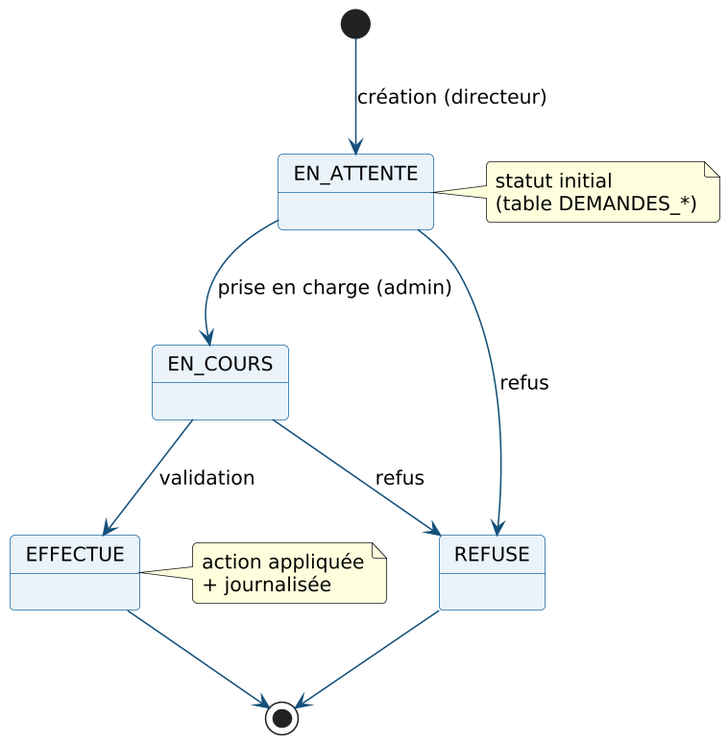
ZizouX0/oussema_korbosli keeps this PlantUML diagram as rapport-latex/diagrams/state_demande.png. Above is the earlier version. Source of this version:
```plantuml
@startuml

skinparam dpi 150
skinparam shadowing false
skinparam DefaultFontName Arial
skinparam DefaultFontSize 13
skinparam ArrowColor #14507A
skinparam roundCorner 6

skinparam state {
  BackgroundColor #EAF3FA
  BorderColor #1B6CA8
}
[*] --> EN_ATTENTE : création (directeur)
EN_ATTENTE --> EN_COURS : prise en charge (admin)
EN_ATTENTE --> REFUSE : refus
EN_COURS --> EFFECTUE : validation
EN_COURS --> REFUSE : refus
EFFECTUE --> [*]
REFUSE --> [*]
note right of EN_ATTENTE : statut initial\n(table DEMANDES_*)
note right of EFFECTUE : action appliquée\n+ journalisée
@enduml
```
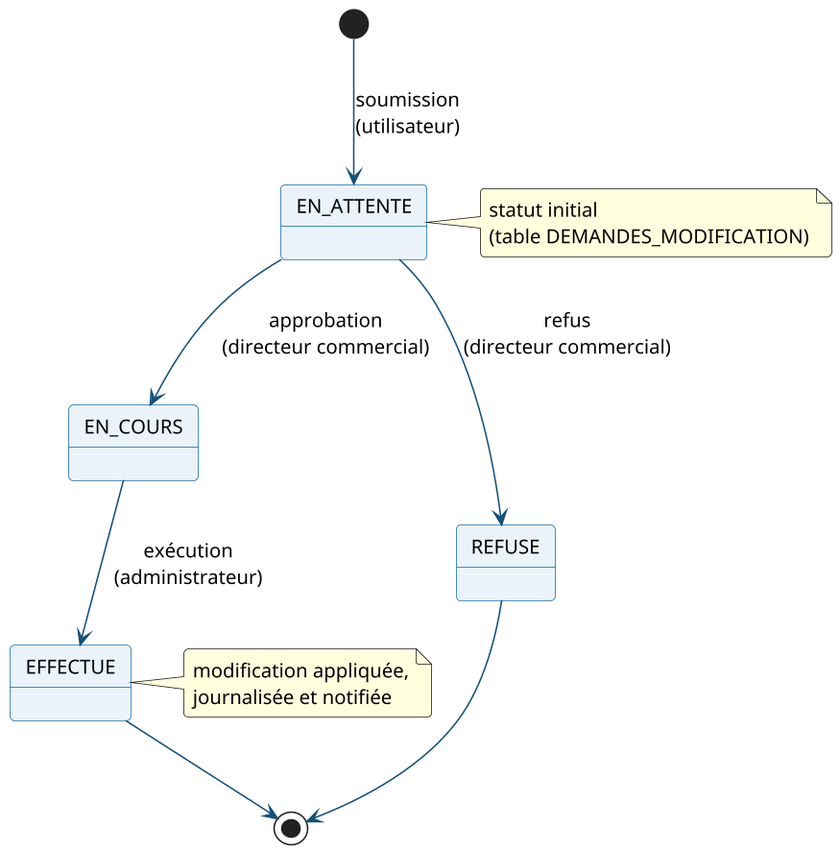
The same file after the commit.

Change to the diagram source:
```diff
@@ -11,13 +11,12 @@
   BackgroundColor #EAF3FA
   BorderColor #1B6CA8
 }
-[*] --> EN_ATTENTE : création (directeur)
-EN_ATTENTE --> EN_COURS : prise en charge (admin)
-EN_ATTENTE --> REFUSE : refus
-EN_COURS --> EFFECTUE : validation
-EN_COURS --> REFUSE : refus
+[*] --> EN_ATTENTE : soumission\n(utilisateur)
+EN_ATTENTE --> EN_COURS : approbation\n(directeur commercial)
+EN_ATTENTE --> REFUSE : refus\n(directeur commercial)
+EN_COURS --> EFFECTUE : exécution\n(administrateur)
 EFFECTUE --> [*]
 REFUSE --> [*]
-note right of EN_ATTENTE : statut initial\n(table DEMANDES_*)
-note right of EFFECTUE : action appliquée\n+ journalisée
+note right of EN_ATTENTE : statut initial\n(table DEMANDES_MODIFICATION)
+note right of EFFECTUE : modification appliquée,\njournalisée et notifiée
 @enduml
```
